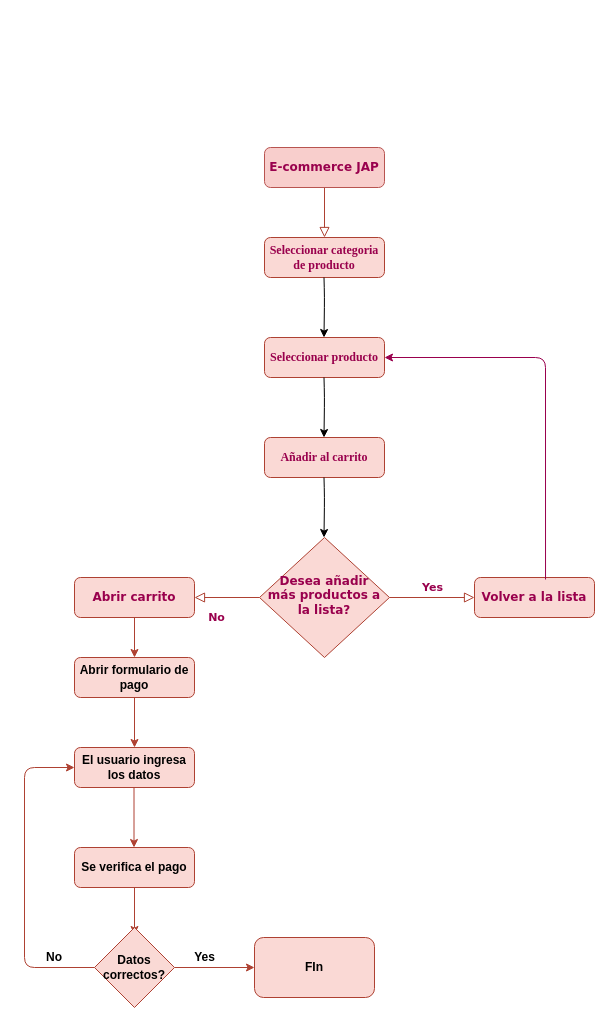
This is Untitled Diagram.drawio from meelaniekp/Jap_repository, a draw.io file, before an edit. Source tidied: cells renumbered, new cells numbered last; positions are measured from the earlier drawing's top-left corner, leaving out a move shared by most shapes. Both pictures are drawn from the tidied source at 100%, with x=0, y=0 at pixel (24, 147).
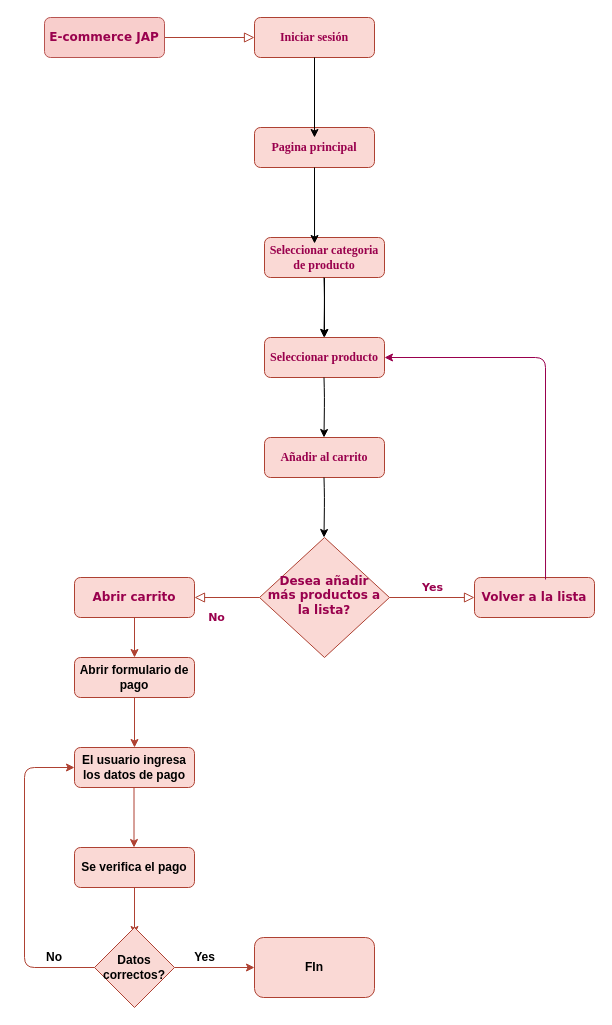
Above is the later version.

The change refers to these unchanged cells:
```xml
<mxCell id="5" value="&lt;font color=&quot;#99004d&quot; face=&quot;Garamond&quot;&gt;&lt;b&gt;Seleccionar categoria de producto&lt;/b&gt;&lt;/font&gt;" style="rounded=1;whiteSpace=wrap;html=1;fontSize=12;glass=0;strokeWidth=1;shadow=0;fillColor=#fad9d5;strokeColor=#ae4132;" parent="1" vertex="1">
  <mxGeometry x="240" y="90" width="120" height="40" as="geometry" />
</mxCell>
<mxCell id="8" value="&lt;b&gt;&lt;font color=&quot;#99004d&quot; face=&quot;Garamond&quot;&gt;Seleccionar producto&lt;/font&gt;&lt;/b&gt;" style="rounded=1;whiteSpace=wrap;html=1;fontSize=12;glass=0;strokeWidth=1;shadow=0;fillColor=#fad9d5;strokeColor=#ae4132;" parent="1" vertex="1">
  <mxGeometry x="240" y="190" width="120" height="40" as="geometry" />
</mxCell>
```

Change to the diagram source:
```diff
@@
-    <mxCell id="2" style="rounded=0;html=1;jettySize=auto;fontSize=11;endArrow=block;endFill=0;endSize=8;strokeWidth=1;shadow=0;labelBackgroundColor=none;edgeStyle=orthogonalEdgeStyle;entryX=0.5;entryY=0;entryDx=0;entryDy=0;fillColor=#fad9d5;strokeColor=#ae4132;" parent="1" edge="1" source="3" target="5">
+    <mxCell id="2" style="rounded=0;html=1;jettySize=auto;fontSize=11;endArrow=block;endFill=0;endSize=8;strokeWidth=1;shadow=0;labelBackgroundColor=none;edgeStyle=orthogonalEdgeStyle;fillColor=#fad9d5;strokeColor=#ae4132;entryX=0;entryY=0.5;entryDx=0;entryDy=0;" parent="1" edge="1" source="3" target="30">
       <mxGeometry relative="1" as="geometry" />
     </mxCell>
     <mxCell id="3" value="&lt;font color=&quot;#99004d&quot; face=&quot;Verdana&quot;&gt;&lt;b&gt;E-commerce JAP&lt;/b&gt;&lt;/font&gt;" style="rounded=1;whiteSpace=wrap;html=1;fontSize=12;glass=0;strokeWidth=1;shadow=0;fillColor=#f8cecc;strokeColor=#b85450;" parent="1" vertex="1">
-      <mxGeometry x="240" width="120" height="40" as="geometry" />
+      <mxGeometry x="20" y="-130" width="120" height="40" as="geometry" />
     </mxCell>
@@
+    <mxCell id="29" style="edgeStyle=orthogonalEdgeStyle;rounded=0;jettySize=auto;html=1;" parent="1" edge="1" source="5" target="8">
+      <mxGeometry relative="1" as="geometry" />
+    </mxCell>
@@
-    <mxCell id="17" value="El usuario ingresa los datos" style="rounded=1;whiteSpace=wrap;html=1;fontSize=12;glass=0;strokeWidth=1;shadow=0;fillColor=#fad9d5;strokeColor=#ae4132;fontFamily=Helvetica;fontStyle=1;" parent="1" vertex="1">
+    <mxCell id="17" value="El usuario ingresa los datos de pago" style="rounded=1;whiteSpace=wrap;html=1;fontSize=12;glass=0;strokeWidth=1;shadow=0;fillColor=#fad9d5;strokeColor=#ae4132;fontFamily=Helvetica;fontStyle=1;" parent="1" vertex="1">
       <mxGeometry x="50" y="600" width="120" height="40" as="geometry" />
     </mxCell>
@@
+    <mxCell id="30" value="&lt;font color=&quot;#99004d&quot; face=&quot;Garamond&quot;&gt;&lt;b&gt;Iniciar sesión&lt;/b&gt;&lt;/font&gt;" style="rounded=1;whiteSpace=wrap;html=1;fontSize=12;glass=0;strokeWidth=1;shadow=0;fillColor=#fad9d5;strokeColor=#ae4132;" parent="1" vertex="1">
+      <mxGeometry x="230" y="-130" width="120" height="40" as="geometry" />
+    </mxCell>
+    <mxCell id="31" value="&lt;font color=&quot;#99004d&quot; face=&quot;Garamond&quot;&gt;&lt;b&gt;Pagina principal&lt;/b&gt;&lt;/font&gt;" style="rounded=1;whiteSpace=wrap;html=1;fontSize=12;glass=0;strokeWidth=1;shadow=0;fillColor=#fad9d5;strokeColor=#ae4132;" parent="1" vertex="1">
+      <mxGeometry x="230" y="-20" width="120" height="40" as="geometry" />
+    </mxCell>
+    <mxCell id="32" style="endArrow=classic;html=1;" parent="1" edge="1">
+      <mxGeometry relative="1" as="geometry">
+        <mxPoint x="290" y="-90" as="sourcePoint" />
+        <mxPoint x="290" y="-10" as="targetPoint" />
+        <Array as="points">
+          <mxPoint x="290" y="-90" />
+        </Array>
+      </mxGeometry>
+    </mxCell>
+    <mxCell id="33" style="endArrow=classic;html=1;exitX=0.5;exitY=1;exitDx=0;exitDy=0;entryX=0.417;entryY=0.15;entryDx=0;entryDy=0;entryPerimeter=0;" parent="1" edge="1" source="31" target="5">
+      <mxGeometry relative="1" as="geometry" />
+    </mxCell>
```
